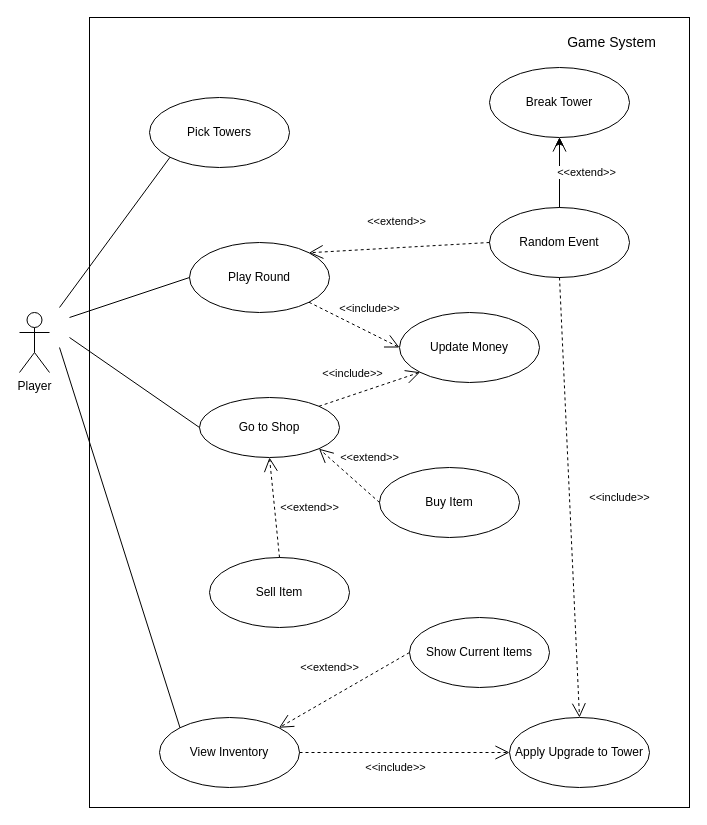
Before: page "Game" (1 of 6) of src/main/resources/uml/UseCaseDiagrams.drawio in BlobFish9669/Resource-Stockpiling, a draw.io diagram. Source tidied: cells renumbered, new cells numbered last; positions are measured from the earlier drawing's top-left corner, leaving out a move shared by most shapes. Both pictures are drawn from the tidied source at 100%, with x=0, y=0 at pixel (19, 17).
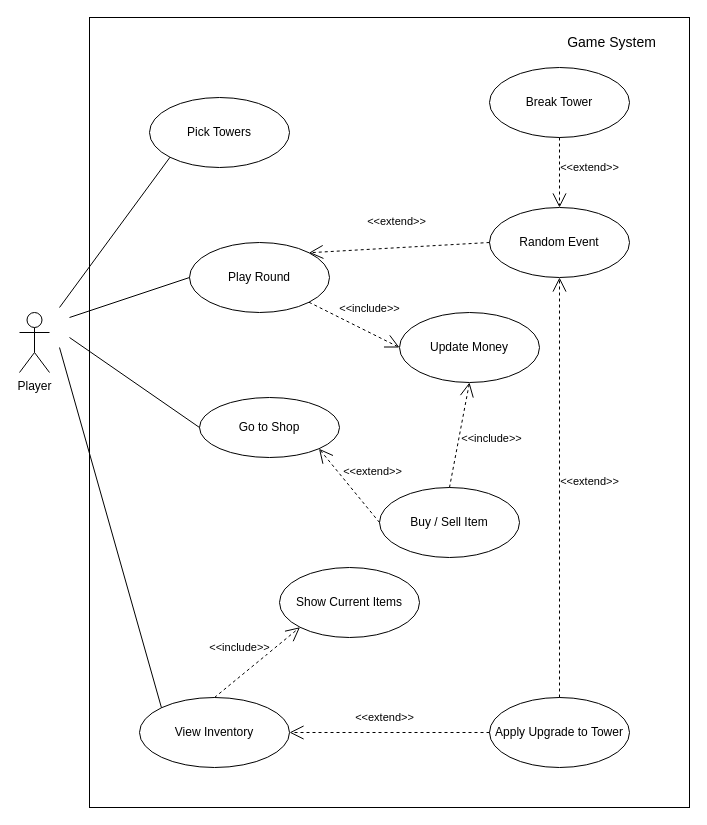
After the change.

Commit message:
Updated use case diagram

The change refers to these unchanged cells:
```xml
<mxCell id="11" value="Random Event" style="ellipse;whiteSpace=wrap;html=1;" parent="1" vertex="1">
  <mxGeometry x="470" y="190" width="140" height="70" as="geometry" />
</mxCell>
<mxCell id="13" value="Go to Shop" style="ellipse;whiteSpace=wrap;html=1;" parent="1" vertex="1">
  <mxGeometry x="180" y="380" width="140" height="60" as="geometry" />
</mxCell>
<mxCell id="14" value="Update Money" style="ellipse;whiteSpace=wrap;html=1;" parent="1" vertex="1">
  <mxGeometry x="380" y="295" width="140" height="70" as="geometry" />
</mxCell>
<mxCell id="27" value="Break Tower" style="ellipse;whiteSpace=wrap;html=1;" parent="1" vertex="1">
  <mxGeometry x="470" y="50" width="140" height="70" as="geometry" />
</mxCell>
```

What changed in the source:
```diff
@@
     <mxCell id="7" value="View Inventory" style="ellipse;whiteSpace=wrap;html=1;" parent="1" vertex="1">
-      <mxGeometry x="140" y="700" width="140" height="70" as="geometry" />
+      <mxGeometry x="120" y="680" width="150" height="70" as="geometry" />
     </mxCell>
-    <mxCell id="8" value="Show Current Items" style="ellipse;whiteSpace=wrap;html=1;" parent="1" vertex="1">
-      <mxGeometry x="390" y="600" width="140" height="70" as="geometry" />
-    </mxCell>
-    <mxCell id="9" value="Buy Item" style="ellipse;whiteSpace=wrap;html=1;" parent="1" vertex="1">
-      <mxGeometry x="360" y="450" width="140" height="70" as="geometry" />
+    <mxCell id="9" value="Buy / Sell Item" style="ellipse;whiteSpace=wrap;html=1;" parent="1" vertex="1">
+      <mxGeometry x="360" y="470" width="140" height="70" as="geometry" />
     </mxCell>
-    <mxCell id="10" style="edgeStyle=orthogonalEdgeStyle;rounded=0;jettySize=auto;html=1;" parent="1" edge="1" source="11" target="27">
-      <mxGeometry relative="1" as="geometry" />
-    </mxCell>
@@
     <mxCell id="12" value="Apply Upgrade to Tower" style="ellipse;whiteSpace=wrap;html=1;" parent="1" vertex="1">
-      <mxGeometry x="490" y="700" width="140" height="70" as="geometry" />
+      <mxGeometry x="470" y="680" width="140" height="70" as="geometry" />
     </mxCell>
@@
-    <mxCell id="21" value="&amp;lt;&amp;lt;include&amp;gt;&amp;gt;" style="endArrow=open;endSize=12;dashed=1;html=1;rounded=0;entryX=0;entryY=0.5;entryDx=0;entryDy=0;exitX=1;exitY=0.5;exitDx=0;exitDy=0;" parent="1" edge="1" source="7" target="12">
-      <mxGeometry x="-0.09" y="-15" relative="1" as="geometry" />
-    </mxCell>
-    <mxCell id="22" value="&amp;lt;&amp;lt;extend&amp;gt;&amp;gt;" style="endArrow=open;endSize=12;dashed=1;html=1;rounded=0;exitX=0;exitY=0.5;exitDx=0;exitDy=0;entryX=1;entryY=0;entryDx=0;entryDy=0;" parent="1" edge="1" source="8" target="7">
-      <mxGeometry x="0.02" y="-27" relative="1" as="geometry" />
+    <mxCell id="22" value="&amp;lt;&amp;lt;extend&amp;gt;&amp;gt;" style="endArrow=open;endSize=12;dashed=1;html=1;rounded=0;entryX=1;entryY=0.5;entryDx=0;entryDy=0;exitX=0;exitY=0.5;exitDx=0;exitDy=0;" parent="1" edge="1" source="12" target="7">
+      <mxGeometry x="0.05" y="-15" relative="1" as="geometry" />
     </mxCell>
-    <mxCell id="23" value="Sell Item" style="ellipse;whiteSpace=wrap;html=1;" parent="1" vertex="1">
-      <mxGeometry x="190" y="540" width="140" height="70" as="geometry" />
-    </mxCell>
-    <mxCell id="24" value="&amp;lt;&amp;lt;include&amp;gt;&amp;gt;" style="endArrow=open;endSize=12;dashed=1;html=1;rounded=0;exitX=1;exitY=0;exitDx=0;exitDy=0;entryX=0;entryY=1;entryDx=0;entryDy=0;" parent="1" edge="1" source="13" target="14">
-      <mxGeometry x="-0.21" y="21" relative="1" as="geometry">
+    <mxCell id="24" value="&amp;lt;&amp;lt;include&amp;gt;&amp;gt;" style="endArrow=open;endSize=12;dashed=1;html=1;rounded=0;exitX=0.5;exitY=0;exitDx=0;exitDy=0;entryX=0.5;entryY=1;entryDx=0;entryDy=0;" parent="1" edge="1" source="9" target="14">
+      <mxGeometry x="0.07" y="-32" relative="1" as="geometry">
         <mxPoint y="1" as="offset" />
       </mxGeometry>
     </mxCell>
@@
-    <mxCell id="26" value="&amp;lt;&amp;lt;extend&amp;gt;&amp;gt;" style="endArrow=open;endSize=12;dashed=1;html=1;rounded=0;entryX=0.5;entryY=1;entryDx=0;entryDy=0;exitX=0.5;exitY=0;exitDx=0;exitDy=0;" parent="1" edge="1" source="23" target="13">
-      <mxGeometry x="-0.07" y="-35" relative="1" as="geometry" />
-    </mxCell>
@@
-    <mxCell id="28" value="&amp;lt;&amp;lt;extend&amp;gt;&amp;gt;" style="endArrow=open;endSize=12;dashed=1;html=1;rounded=0;entryX=0.5;entryY=1;entryDx=0;entryDy=0;exitX=0.5;exitY=0;exitDx=0;exitDy=0;" parent="1" edge="1" source="11" target="27">
-      <mxGeometry x="0.02" y="-27" relative="1" as="geometry">
-        <mxPoint y="1" as="offset" />
-      </mxGeometry>
-    </mxCell>
-    <mxCell id="29" value="&amp;lt;&amp;lt;include&amp;gt;&amp;gt;" style="endArrow=open;endSize=12;dashed=1;html=1;rounded=0;entryX=0.5;entryY=0;entryDx=0;entryDy=0;exitX=0.5;exitY=1;exitDx=0;exitDy=0;" parent="1" edge="1" source="11" target="12">
-      <mxGeometry x="0.01" y="50" relative="1" as="geometry" />
+    <mxCell id="29" value="&amp;lt;&amp;lt;extend&amp;gt;&amp;gt;" style="endArrow=open;endSize=12;dashed=1;html=1;rounded=0;exitX=0.5;exitY=0;exitDx=0;exitDy=0;entryX=0.5;entryY=1;entryDx=0;entryDy=0;" parent="1" edge="1" source="12" target="11">
+      <mxGeometry x="0.03" y="-30" relative="1" as="geometry" />
     </mxCell>
+    <mxCell id="30" value="&amp;lt;&amp;lt;extend&amp;gt;&amp;gt;" style="endArrow=open;endSize=12;dashed=1;html=1;rounded=0;exitX=0.5;exitY=1;exitDx=0;exitDy=0;entryX=0.5;entryY=0;entryDx=0;entryDy=0;" parent="1" edge="1" source="27" target="11">
+      <mxGeometry x="-0.14" y="30" relative="1" as="geometry" />
+    </mxCell>
+    <mxCell id="8" value="Show Current Items" style="ellipse;whiteSpace=wrap;html=1;" parent="1" vertex="1">
+      <mxGeometry x="260" y="550" width="140" height="70" as="geometry" />
+    </mxCell>
+    <mxCell id="21" value="&amp;lt;&amp;lt;include&amp;gt;&amp;gt;" style="endArrow=open;endSize=12;dashed=1;html=1;rounded=0;exitX=0.5;exitY=0;exitDx=0;exitDy=0;entryX=0;entryY=1;entryDx=0;entryDy=0;" parent="1" edge="1" source="7" target="8">
+      <mxGeometry x="-0.08" y="23" relative="1" as="geometry" />
+    </mxCell>
```
